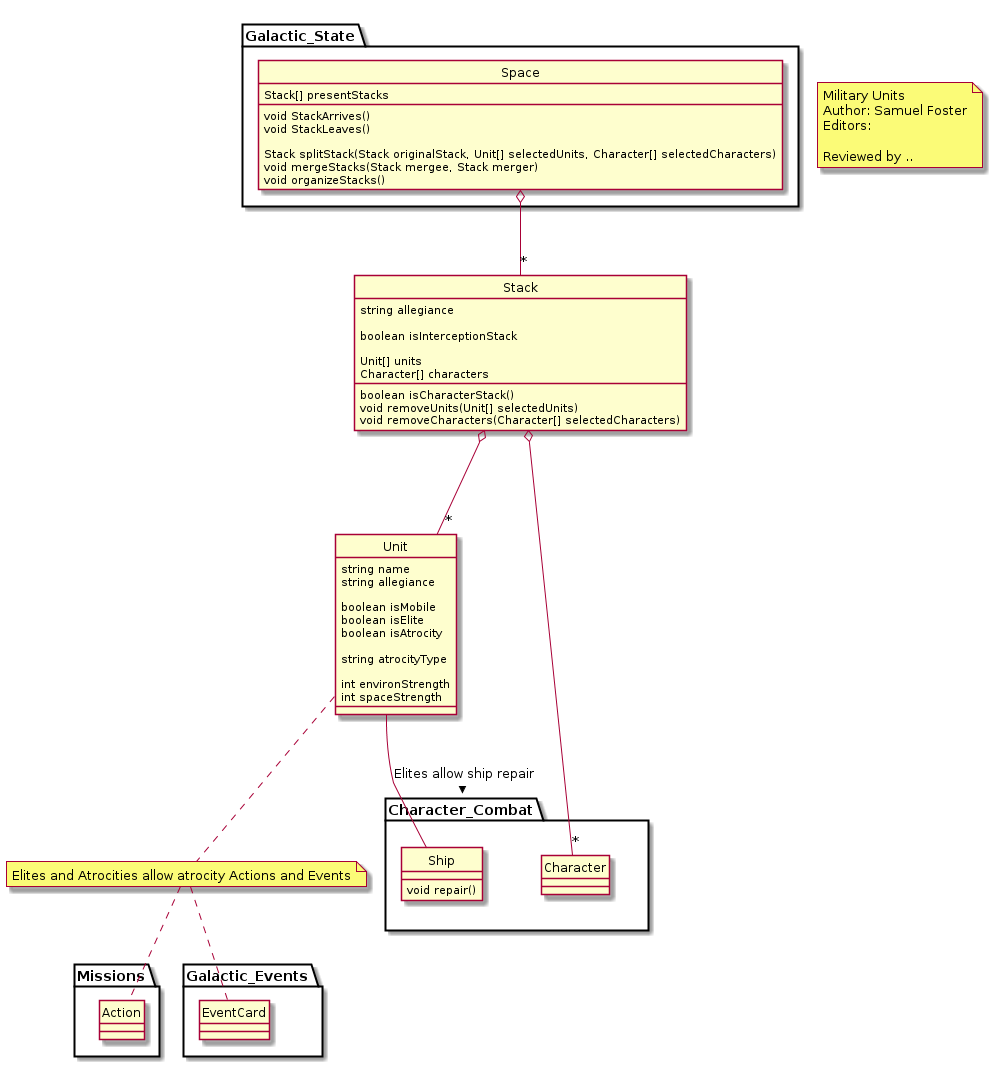
Before: military_combat/military_units_and_combat.png, a diagram exported from PlantUML (ui-cs383/Class-Diagrams).
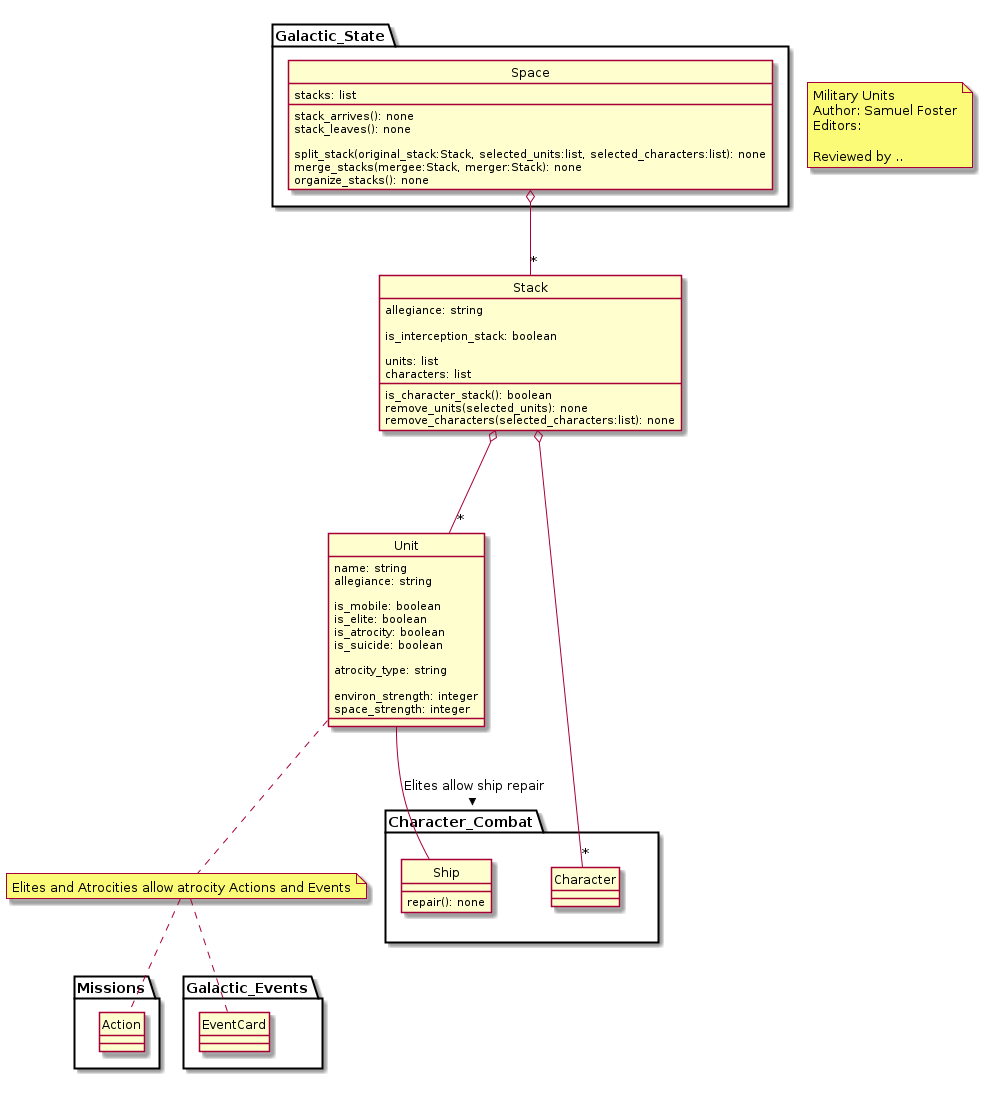
After the change.

Commit message:
Changed style to fit PEP8 standards

Change to the diagram source:
```diff
@@ -9,30 +9,31 @@
 end note
 
 class Stack {
- string allegiance
+ allegiance: string
 
- boolean isInterceptionStack
+ is_interception_stack: boolean
 
- Unit[] units
- Character[] characters
+ units: list
+ characters: list
 
- boolean isCharacterStack()
- void removeUnits(Unit[] selectedUnits)
- void removeCharacters(Character[] selectedCharacters)
+ is_character_stack(): boolean
+ remove_units(selected_units): none
+ remove_characters(selected_characters:list): none
 }
 
 class Unit {
- string name
- string allegiance
+ name: string
+ allegiance: string
 
- boolean isMobile
- boolean isElite
- boolean isAtrocity
+ is_mobile: boolean
+ is_elite: boolean
+ is_atrocity: boolean
+ is_suicide: boolean
 
- string atrocityType
+ atrocity_type: string
 
- int environStrength
- int spaceStrength
+ environ_strength: integer
+ space_strength: integer
 }
 
 
@@ -59,7 +60,7 @@
 }
 
 class Ship {
- void repair()
+ repair(): none
 }
 
 end package
@@ -69,13 +70,13 @@
 package Galactic_State
 
 class Space {
- Stack[] presentStacks
- void StackArrives()
- void StackLeaves()
+ stacks: list
+ stack_arrives(): none
+ stack_leaves(): none
 
- Stack splitStack(Stack originalStack, Unit[] selectedUnits, Character[] selectedCharacters)
- void mergeStacks(Stack mergee, Stack merger)
- void organizeStacks()
+ split_stack(original_stack:Stack, selected_units:list, selected_characters:list): none
+ merge_stacks(mergee:Stack, merger:Stack): none
+ organize_stacks(): none
 }
 
 end package
```
